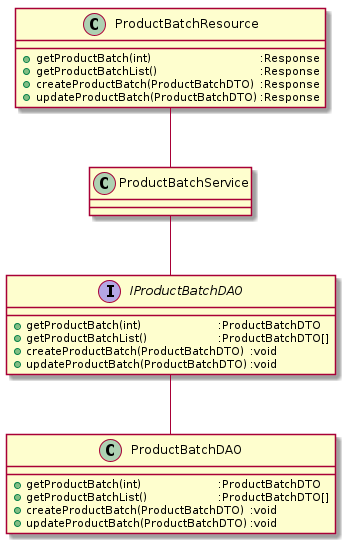
Above: UML/class/delt/productbatch.png in GRP25/CDIO_Final (PlantUML), before the change. Its diagram source:
```plantuml
@startuml
class "ProductBatchDAO" as prodao {
    + getProductBatch(int)\t\t\t:ProductBatchDTO
    + getProductBatchList()\t\t\t:ProductBatchDTO[]
    + createProductBatch(ProductBatchDTO)\t:void
    + updateProductBatch(ProductBatchDTO)\t:void
}
interface "IProductBatchDAO" as iprodao {
    + getProductBatch(int)\t\t\t:ProductBatchDTO
    + getProductBatchList()\t\t\t:ProductBatchDTO[]
    + createProductBatch(ProductBatchDTO)\t:void
    + updateProductBatch(ProductBatchDTO)\t:void
}
class "ProductBatchService" as prbser {
}
class "ProductBatchResource" as prbres {
    + getProductBatch(int)\t\t\t\t:Response
    + getProductBatchList()\t\t\t\t:Response
    + createProductBatch(ProductBatchDTO)\t:Response
    + updateProductBatch(ProductBatchDTO)\t:Response
}

iprodao -d- prodao
prbres -d- prbser
iprodao -u- prbser
@enduml
```
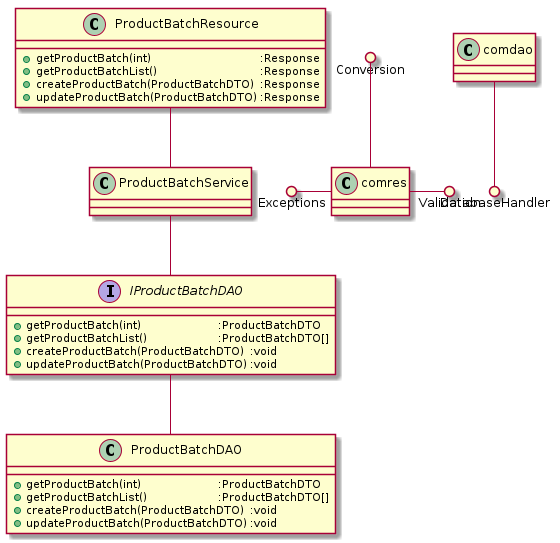
Above is the later version.

The edit, as a diff of the source:
```diff
@@ -23,4 +23,8 @@
 iprodao -d- prodao
 prbres -d- prbser
 iprodao -u- prbser
+comdao --() DatabaseHandler
+comres -() Validation
+Exceptions ()- comres
+Conversion ()-- comres
 @enduml
```
